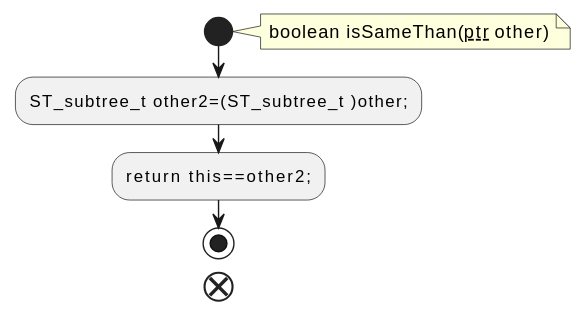
Before: docs/qc/src/h/ST_subtree_t.java.fct.svg, a diagram exported from PlantUML (qualitesys/plantuml).
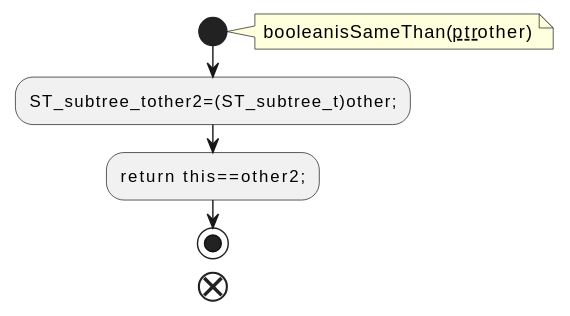
The same diagram one commit later.

Change to the diagram source:
```diff
@@ -2,9 +2,9 @@
 !pragma layout smetana
 start
 note right
-boolean isSameThan(__ptr__ other)
+booleanisSameThan(__ptr__other)
 end note
-:ST_subtree_t other2=(ST_subtree_t )other;;
+:ST_subtree_tother2=(ST_subtree_t)other;;
 :return this==other2;;
 stop
 end
```
